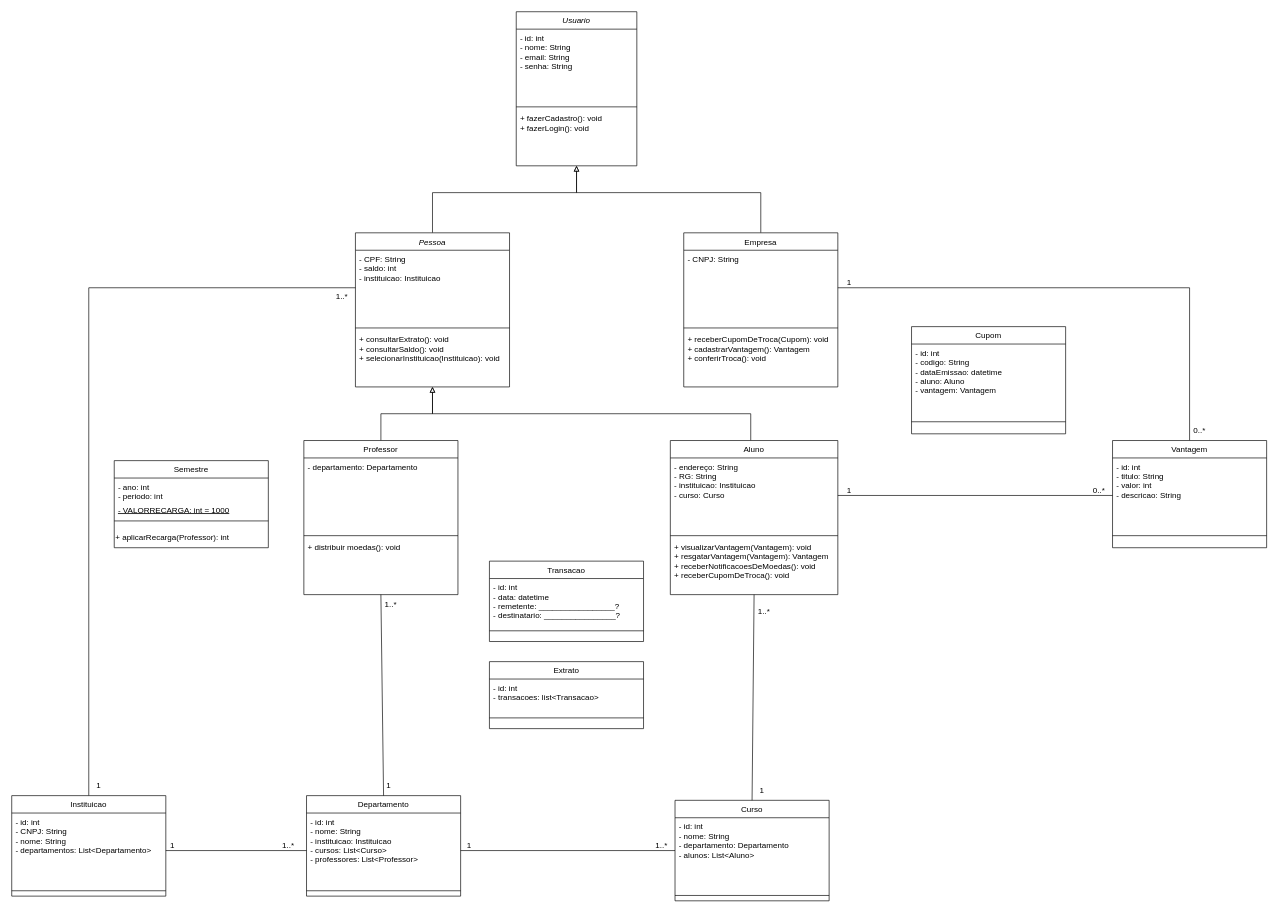
Above: projeto/drawio/Diagrama de classes.drawio in pedrolucas444/laboratorio-3 (draw.io), before the change. Source tidied: cells renumbered, new cells numbered last; positions are measured from the earlier drawing's top-left corner, leaving out a move shared by most shapes. Both pictures are drawn from the tidied source at 67%, with x=0, y=0 at pixel (11, 11).
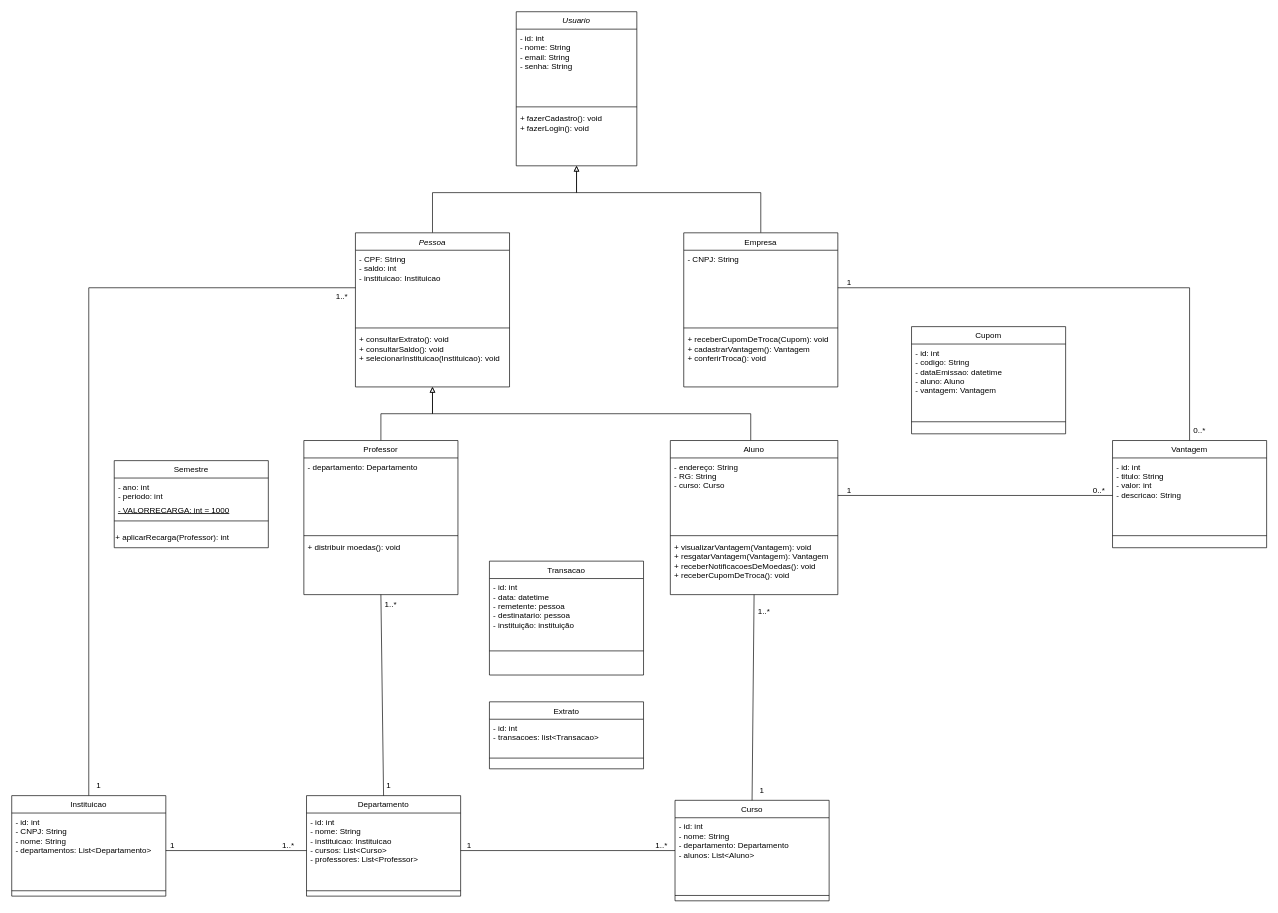
The same page after the edit.

Unchanged cells that the change refers to:
```xml
<mxCell id="17" value="Aluno" style="swimlane;fontStyle=0;align=center;verticalAlign=top;horizontal=1;startSize=26;rounded=0;shadow=0;strokeWidth=1;" parent="1" vertex="1">
  <mxGeometry x="983" y="640" width="250" height="230" as="geometry" />
</mxCell>
```

Change to the diagram source:
```diff
@@
-    <mxCell id="18" value="- endereço: String&#10;- RG: String&#10;- instituicao: Instituicao&#10;- curso: Curso" style="text;align=left;verticalAlign=top;spacingLeft=4;spacingRight=4;overflow=hidden;points=[[0,0.5],[1,0.5]];portConstraint=eastwest;rounded=0;shadow=0;html=0;" parent="17" vertex="1">
+    <mxCell id="18" value="- endereço: String&#10;- RG: String&#10;- curso: Curso" style="text;align=left;verticalAlign=top;spacingLeft=4;spacingRight=4;overflow=hidden;points=[[0,0.5],[1,0.5]];portConstraint=eastwest;rounded=0;shadow=0;html=0;" parent="17" vertex="1">
       <mxGeometry y="26" width="250" height="112" as="geometry" />
     </mxCell>
@@
     <mxCell id="64" value="Transacao" style="swimlane;fontStyle=0;align=center;verticalAlign=top;horizontal=1;startSize=26;rounded=0;shadow=0;strokeWidth=1;" parent="1" vertex="1">
-      <mxGeometry x="713" y="820" width="230" height="120" as="geometry" />
+      <mxGeometry x="713" y="820" width="230" height="170" as="geometry" />
     </mxCell>
-    <mxCell id="65" value="- id: int&#10;- data: datetime&#10;- remetente: _________________?&#10;- destinatario: ________________?" style="text;align=left;verticalAlign=top;spacingLeft=4;spacingRight=4;overflow=hidden;rounded=0;shadow=0;html=0;" parent="64" vertex="1">
-      <mxGeometry y="26" width="230" height="74" as="geometry" />
+    <mxCell id="65" value="- id: int&#10;- data: datetime&#10;- remetente: pessoa&#10;- destinatario: pessoa&#10;- instituição: instituição" style="text;align=left;verticalAlign=top;spacingLeft=4;spacingRight=4;overflow=hidden;rounded=0;shadow=0;html=0;" parent="64" vertex="1">
+      <mxGeometry y="26" width="230" height="104" as="geometry" />
     </mxCell>
     <mxCell id="66" style="line;html=1;strokeWidth=1;align=left;verticalAlign=middle;spacingTop=-1;spacingLeft=3;spacingRight=3;labelPosition=right;" parent="64" vertex="1">
-      <mxGeometry y="100" width="230" height="8" as="geometry" />
+      <mxGeometry y="130" width="230" height="8" as="geometry" />
     </mxCell>
     <mxCell id="67" value="Extrato" style="swimlane;fontStyle=0;align=center;verticalAlign=top;horizontal=1;startSize=26;rounded=0;shadow=0;strokeWidth=1;" parent="1" vertex="1">
-      <mxGeometry x="713" y="970" width="230" height="100" as="geometry" />
+      <mxGeometry x="713" y="1030" width="230" height="100" as="geometry" />
     </mxCell>
```
